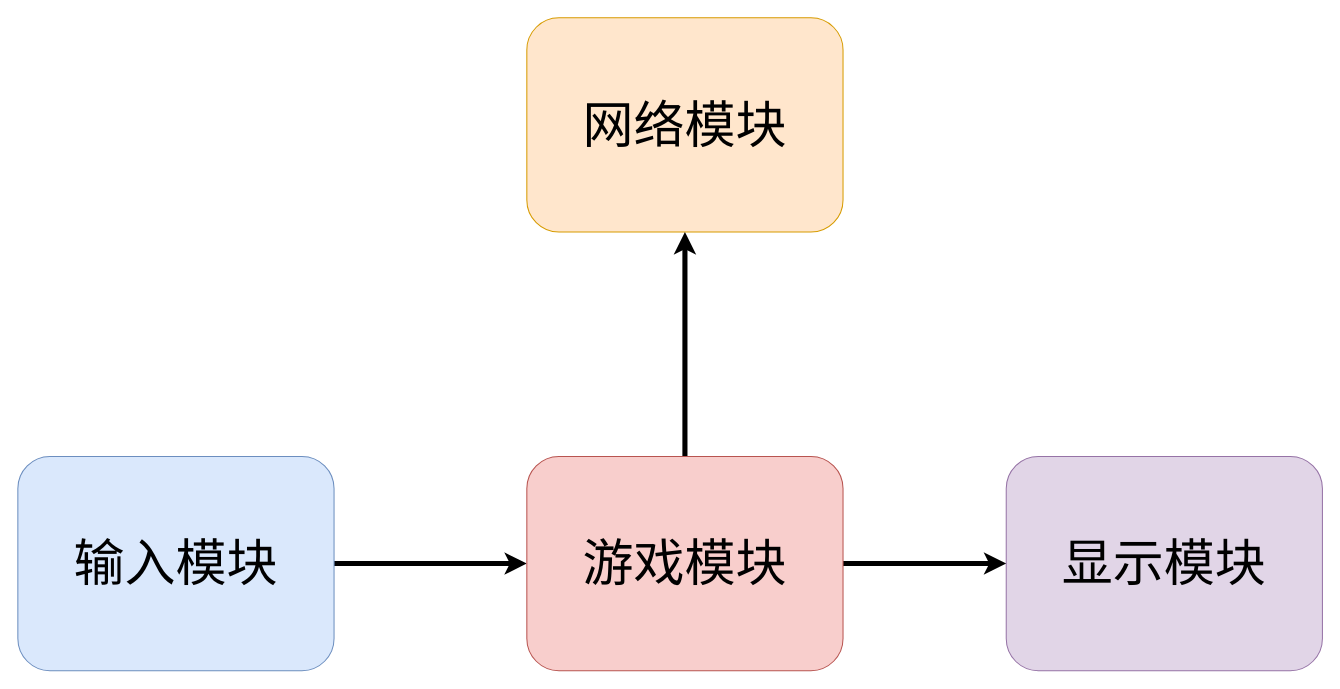
Earlier version of the draw.io diagram page "第 3 页" (3 of 3) of 未命名绘图.drawio (jialin0x7c9/Learning). Source tidied: cells renumbered, new cells numbered last; positions are measured from the earlier drawing's top-left corner, leaving out a move shared by most shapes. Both pictures are drawn from the tidied source at 102%, with x=0, y=0 at pixel (17, 17).
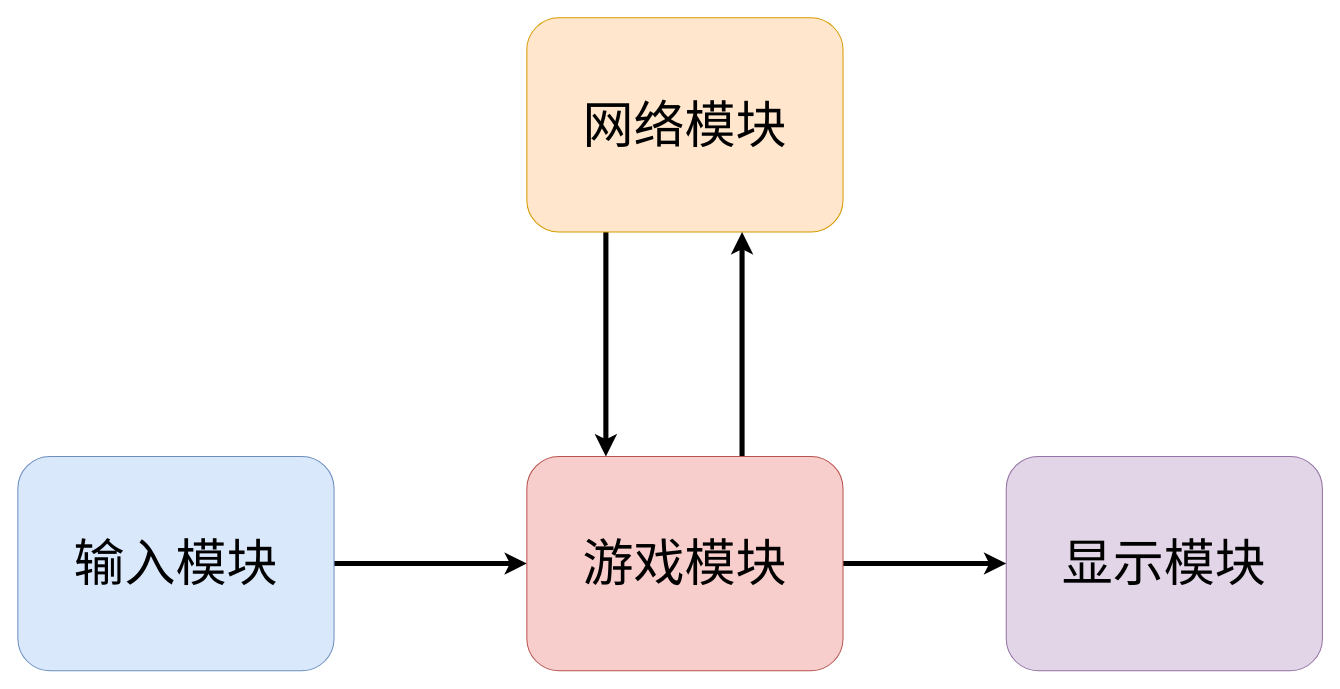
The same page after the edit.

Commit message:
更新未命名绘图.drawio

Diff of the diagram source:
```diff
@@
 <mxGraphModel>
   <root>
     <mxCell id="0" />
     <mxCell id="1" parent="0" />
     <mxCell id="2" style="edgeStyle=orthogonalEdgeStyle;rounded=0;jettySize=auto;html=1;entryX=0;entryY=0.5;entryDx=0;entryDy=0;strokeWidth=5;fontSize=50;" parent="1" edge="1" source="3" target="8">
       <mxGeometry relative="1" as="geometry" />
     </mxCell>
     <mxCell id="3" value="输入模块" style="rounded=1;whiteSpace=wrap;html=1;fontSize=50;fillColor=#dae8fc;strokeColor=#6c8ebf;" parent="1" vertex="1">
       <mxGeometry y="430" width="310" height="210" as="geometry" />
     </mxCell>
     <mxCell id="4" value="显示模块" style="rounded=1;whiteSpace=wrap;html=1;fontSize=50;fillColor=#e1d5e7;strokeColor=#9673a6;" parent="1" vertex="1">
       <mxGeometry x="969" y="430" width="310" height="210" as="geometry" />
     </mxCell>
+    <mxCell id="9" style="edgeStyle=orthogonalEdgeStyle;rounded=0;jettySize=auto;html=1;entryX=0.25;entryY=0;entryDx=0;entryDy=0;exitX=0.25;exitY=1;exitDx=0;exitDy=0;strokeWidth=5;" parent="1" edge="1" source="5" target="8">
+      <mxGeometry relative="1" as="geometry" />
+    </mxCell>
     <mxCell id="5" value="网络模块" style="rounded=1;whiteSpace=wrap;html=1;fontSize=50;fillColor=#ffe6cc;strokeColor=#d79b00;" parent="1" vertex="1">
       <mxGeometry x="499" width="310" height="210" as="geometry" />
     </mxCell>
-    <mxCell id="6" style="edgeStyle=orthogonalEdgeStyle;rounded=0;jettySize=auto;html=1;entryX=0.5;entryY=1;entryDx=0;entryDy=0;fontSize=50;strokeWidth=5;" parent="1" edge="1" source="8" target="5">
-      <mxGeometry relative="1" as="geometry" />
+    <mxCell id="6" style="edgeStyle=orthogonalEdgeStyle;rounded=0;jettySize=auto;html=1;fontSize=50;strokeWidth=5;" parent="1" edge="1" source="8">
+      <mxGeometry relative="1" as="geometry">
+        <mxPoint x="710" y="210" as="targetPoint" />
+        <Array as="points">
+          <mxPoint x="710" y="210" />
+        </Array>
+      </mxGeometry>
     </mxCell>
     <mxCell id="7" style="edgeStyle=orthogonalEdgeStyle;rounded=0;jettySize=auto;html=1;entryX=0;entryY=0.5;entryDx=0;entryDy=0;strokeWidth=5;fontSize=50;" parent="1" edge="1" source="8" target="4">
       <mxGeometry relative="1" as="geometry" />
     </mxCell>
     <mxCell id="8" value="游戏模块" style="rounded=1;whiteSpace=wrap;html=1;fontSize=50;fillColor=#f8cecc;strokeColor=#b85450;" parent="1" vertex="1">
       <mxGeometry x="499" y="430" width="310" height="210" as="geometry" />
     </mxCell>
   </root>
 </mxGraphModel>
```
